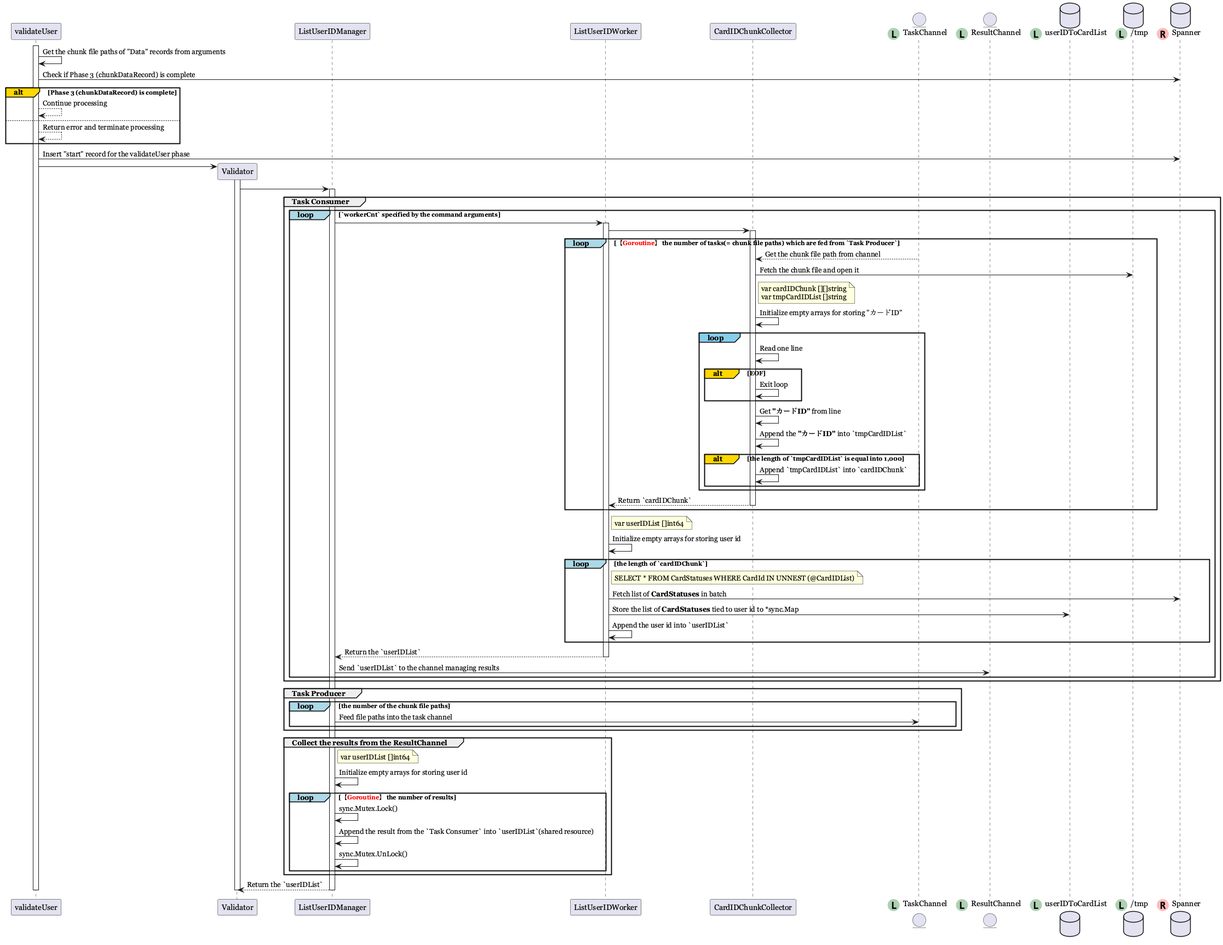
Above: en_collect_user_id.png in norun9/uml (PlantUML), before the change.
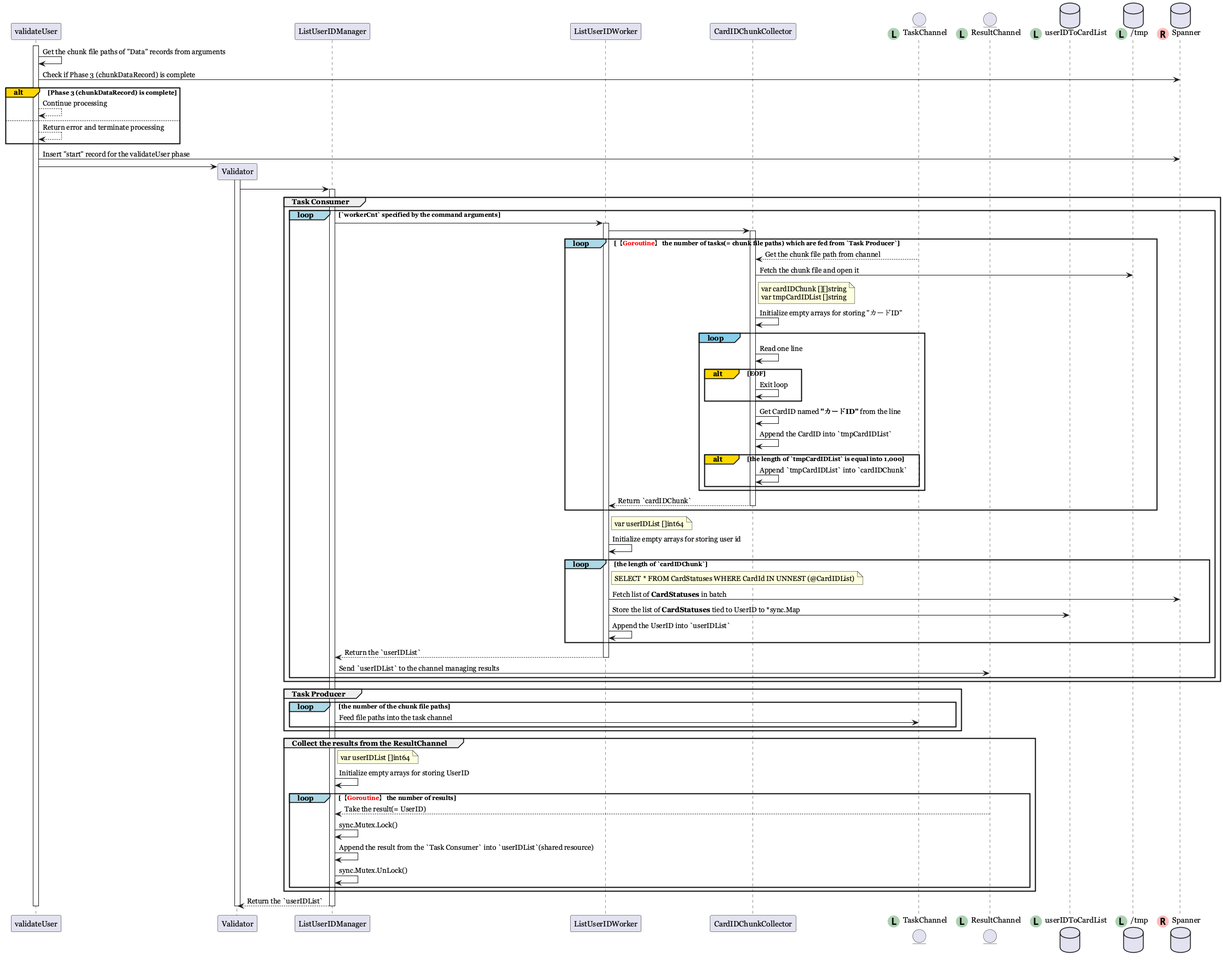
After the commit.

What changed in the source:
```diff
@@ -46,8 +46,8 @@
                 alt#Gold EOF
                     CardIDChunkCollector -> CardIDChunkCollector: Exit loop
                 end
-                CardIDChunkCollector -> CardIDChunkCollector: Get **"カードID"** from line
-                CardIDChunkCollector -> CardIDChunkCollector: Append the **"カードID"** into `tmpCardIDList`
+                CardIDChunkCollector -> CardIDChunkCollector: Get CardID named **"カードID"** from the line
+                CardIDChunkCollector -> CardIDChunkCollector: Append the CardID into `tmpCardIDList`
                 alt#Gold the length of `tmpCardIDList` is equal into 1,000
                     CardIDChunkCollector -> CardIDChunkCollector: Append `tmpCardIDList` into `cardIDChunk`
                 end
@@ -60,8 +60,8 @@
         loop#LightBlue the length of `cardIDChunk`
             note right of ListUserIDWorker: SELECT * FROM CardStatuses WHERE CardId IN UNNEST (@CardIDList)
             ListUserIDWorker -> Spanner: Fetch list of **CardStatuses** in batch
-            ListUserIDWorker -> userIDToCardList: Store the list of **CardStatuses** tied to user id to *sync.Map
-            ListUserIDWorker -> ListUserIDWorker: Append the user id into `userIDList`
+            ListUserIDWorker -> userIDToCardList: Store the list of **CardStatuses** tied to UserID to *sync.Map
+            ListUserIDWorker -> ListUserIDWorker: Append the UserID into `userIDList`
         end
         ListUserIDWorker --> ListUserIDManager: Return the `userIDList`
         deactivate ListUserIDWorker
@@ -78,8 +78,9 @@
 
 group Collect the results from the ResultChannel
     note right of ListUserIDManager: var userIDList []int64
-    ListUserIDManager -> ListUserIDManager: Initialize empty arrays for storing user id
+    ListUserIDManager -> ListUserIDManager: Initialize empty arrays for storing UserID
     loop#LightBlue 【**<font color=red>Goroutine</font>**】 the number of results
+        ResultChannel --> ListUserIDManager: Take the result(= UserID)
         ListUserIDManager -> ListUserIDManager: sync.Mutex.Lock()
         ListUserIDManager -> ListUserIDManager: Append the result from the `Task Consumer` into `userIDList`(shared resource)
         ListUserIDManager -> ListUserIDManager: sync.Mutex.UnLock()
```
